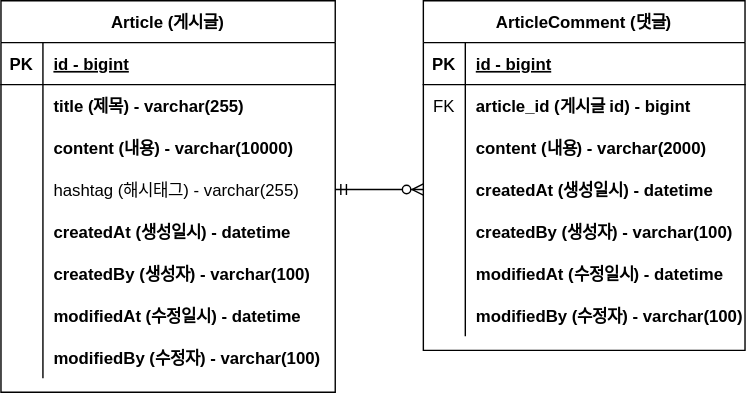
kparkjun/second_board_project keeps this draw.io diagram as project-board-erd.svg. Above is the earlier version. Source tidied: cells renumbered, new cells last; positions are measured from the earlier drawing's top-left corner, leaving out a move shared by most shapes.
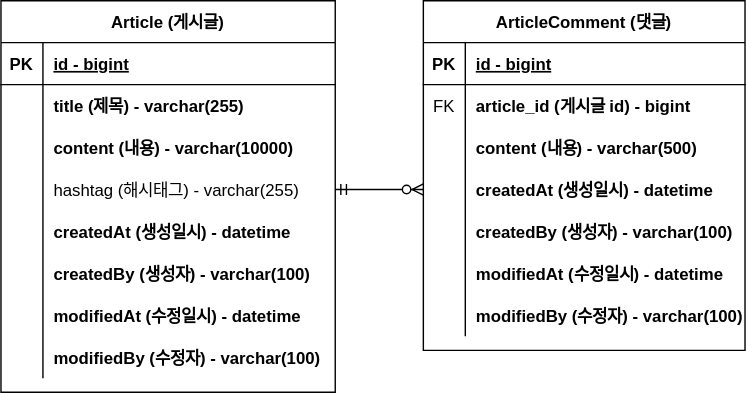
After the commit.

Diff of the diagram source:
```diff
@@ -104,7 +104,7 @@
     <mxCell id="35" style="shape=partialRectangle;overflow=hidden;fillColor=none;top=0;left=0;bottom=0;right=0;" parent="34" vertex="1">
       <mxGeometry width="30" height="30" as="geometry" />
     </mxCell>
-    <mxCell id="36" value="content (내용) - varchar(2000)" style="shape=partialRectangle;overflow=hidden;fillColor=none;top=0;left=0;bottom=0;right=0;align=left;spacingLeft=6;fontStyle=1;" parent="34" vertex="1">
+    <mxCell id="36" value="content (내용) - varchar(500)" style="shape=partialRectangle;overflow=hidden;fillColor=none;top=0;left=0;bottom=0;right=0;align=left;spacingLeft=6;fontStyle=1;" parent="34" vertex="1">
       <mxGeometry x="30" width="200" height="30" as="geometry" />
     </mxCell>
     <mxCell id="37" style="shape=partialRectangle;fillColor=none;points=[[0,0.5],[1,0.5]];portConstraint=eastwest;top=0;left=0;right=0;bottom=0;" parent="27" vertex="1">
```
